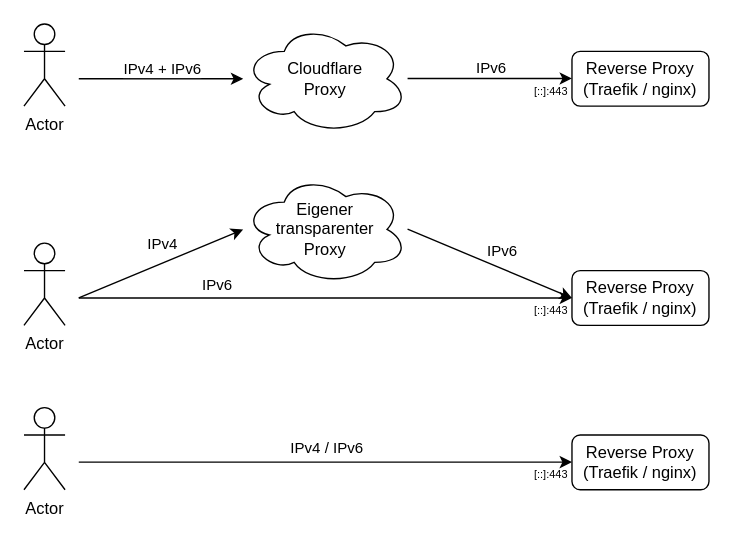
Earlier version of the draw.io diagram docs/img/schaubild_cloudflare-vs-transparent-proxy.drawio (felbinger/AdminGuide). Source tidied: cells renumbered, new cells numbered last; positions are measured from the earlier drawing's top-left corner, leaving out a move shared by most shapes. Both pictures are drawn from the tidied source at 137%, with x=0, y=0 at pixel (23, 23).
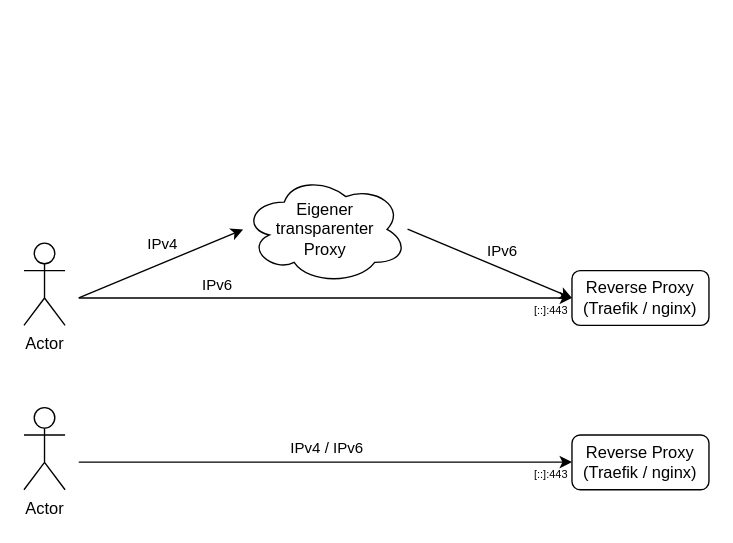
The same diagram, later.

Change to the diagram source:
```diff
@@
-    <mxCell id="2" value="Actor" style="shape=umlActor;verticalLabelPosition=bottom;verticalAlign=top;html=1;" parent="1" vertex="1">
-      <mxGeometry width="30" height="60" as="geometry" />
-    </mxCell>
@@
-    <mxCell id="4" value="Cloudflare&lt;br&gt;Proxy" style="ellipse;shape=cloud;whiteSpace=wrap;html=1;" parent="1" vertex="1">
-      <mxGeometry x="160" width="120" height="80" as="geometry" />
-    </mxCell>
@@
-    <mxCell id="6" style="endArrow=classic;html=1;rounded=0;" parent="1" edge="1" target="4">
-      <mxGeometry relative="1" as="geometry">
-        <mxPoint x="40" y="40" as="sourcePoint" />
-      </mxGeometry>
-    </mxCell>
-    <mxCell id="7" value="IPv4 + IPv6" style="edgeLabel;html=1;align=center;verticalAlign=middle;" parent="6" vertex="1">
-      <mxGeometry x="0.27" y="1" relative="1" as="geometry">
-        <mxPoint x="-16" y="-7" as="offset" />
-      </mxGeometry>
-    </mxCell>
-    <mxCell id="8" style="endArrow=classic;html=1;rounded=0;" parent="1" edge="1">
-      <mxGeometry relative="1" as="geometry">
-        <mxPoint x="280" y="39.8" as="sourcePoint" />
-        <mxPoint x="400" y="39.8" as="targetPoint" />
-      </mxGeometry>
-    </mxCell>
-    <mxCell id="9" value="IPv6" style="edgeLabel;html=1;align=center;verticalAlign=middle;" parent="8" vertex="1">
-      <mxGeometry x="0.27" y="1" relative="1" as="geometry">
-        <mxPoint x="-16" y="-7" as="offset" />
-      </mxGeometry>
-    </mxCell>
@@
-    <mxCell id="16" value="Reverse Proxy&lt;br&gt;(Traefik / nginx)" style="rounded=1;whiteSpace=wrap;html=1;" parent="1" vertex="1">
-      <mxGeometry x="400" y="20" width="100" height="40" as="geometry" />
-    </mxCell>
-    <mxCell id="17" value="&lt;font style=&quot;font-size: 8px;&quot;&gt;[::]:443&lt;/font&gt;" style="text;html=1;strokeColor=none;fillColor=none;align=center;verticalAlign=middle;whiteSpace=wrap;rounded=0;" parent="1" vertex="1">
-      <mxGeometry x="370" y="43" width="30" height="10" as="geometry" />
-    </mxCell>
```
